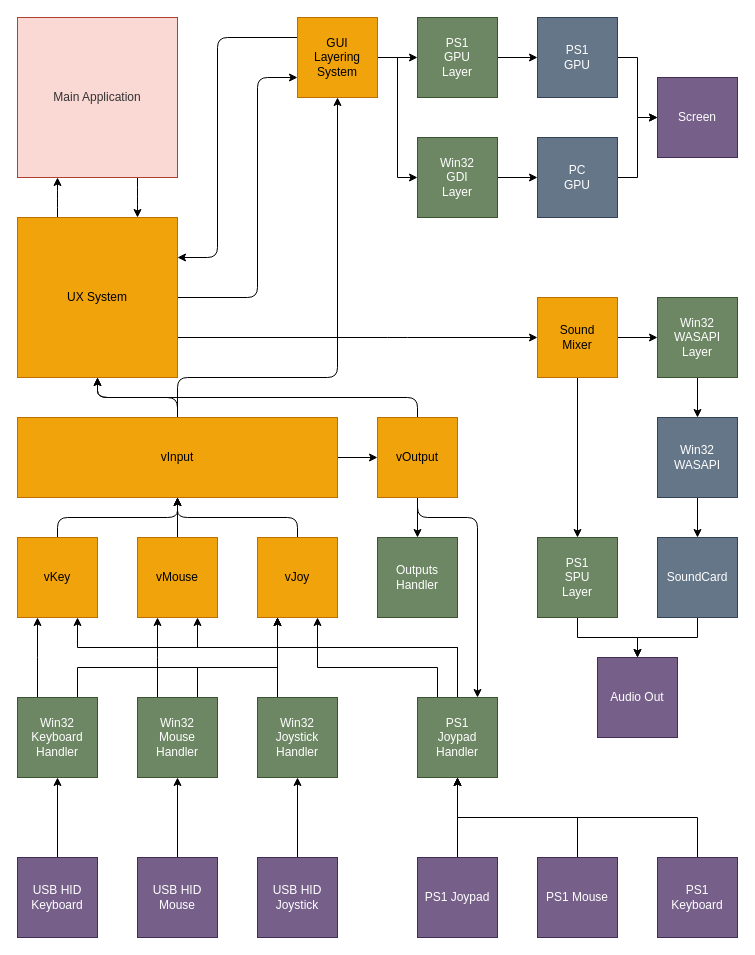
Above: doc/App_Layout.drawio in NaokiS28/RecoveryGUI (draw.io), before the change. Source tidied: cells renumbered, new cells numbered last; positions are measured from the earlier drawing's top-left corner, leaving out a move shared by most shapes. Both pictures are drawn from the tidied source at 100%, with x=0, y=0 at pixel (17, 17).
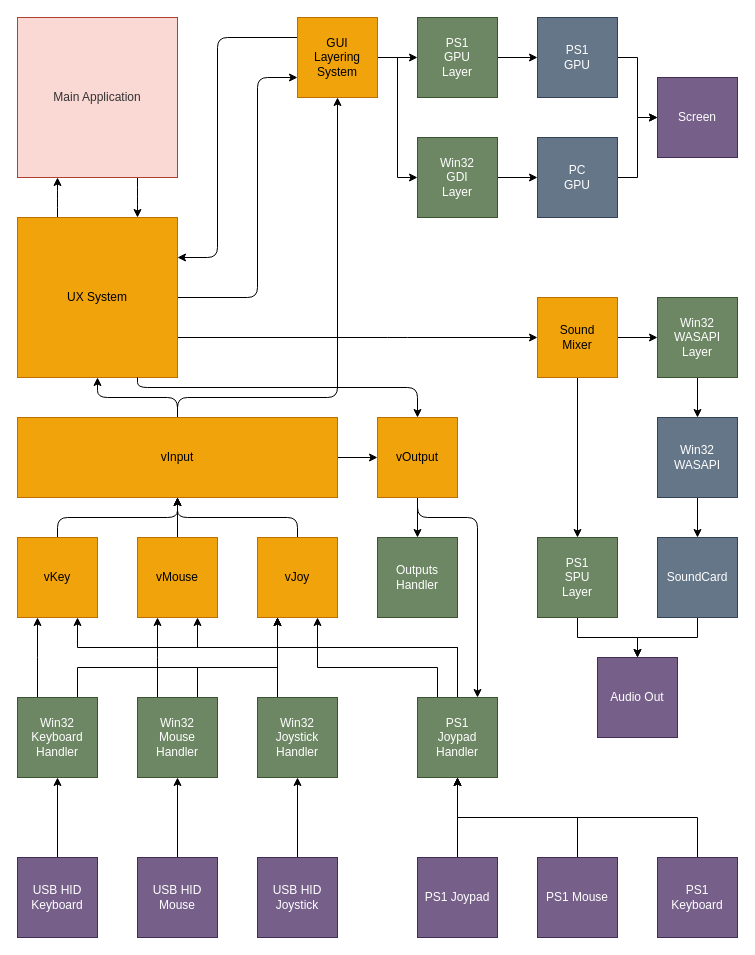
The same page after the edit.

Unchanged cells that the change refers to:
```xml
<mxCell id="43" value="GUI&lt;br&gt;Layering&lt;br&gt;System" style="whiteSpace=wrap;html=1;fillColor=#f0a30a;fontColor=#000000;strokeColor=#BD7000;" parent="1" vertex="1">
  <mxGeometry x="280" width="80" height="80" as="geometry" />
</mxCell>
<mxCell id="49" value="UX System" style="whiteSpace=wrap;html=1;fillColor=#f0a30a;fontColor=#000000;strokeColor=#BD7000;fillStyle=solid;" parent="1" vertex="1">
  <mxGeometry y="200" width="160" height="160" as="geometry" />
</mxCell>
<mxCell id="66" value="vInput" style="rounded=0;whiteSpace=wrap;html=1;fillStyle=solid;fillColor=#f0a30a;fontColor=#000000;strokeColor=#BD7000;" parent="1" vertex="1">
  <mxGeometry y="400" width="320" height="80" as="geometry" />
</mxCell>
<mxCell id="71" value="vOutput" style="whiteSpace=wrap;html=1;fillColor=#f0a30a;fontColor=#000000;strokeColor=#BD7000;" parent="1" vertex="1">
  <mxGeometry x="360" y="400" width="80" height="80" as="geometry" />
</mxCell>
```

Diff of the diagram source:
```diff
@@
     <mxCell id="64" style="edgeStyle=orthogonalEdgeStyle;html=1;entryX=0.5;entryY=1;entryDx=0;entryDy=0;" parent="1" edge="1" source="66" target="43">
       <mxGeometry relative="1" as="geometry">
         <Array as="points">
-          <mxPoint x="160" y="360" />
-          <mxPoint x="320" y="360" />
+          <mxPoint x="160" y="380" />
+          <mxPoint x="320" y="380" />
         </Array>
       </mxGeometry>
     </mxCell>
@@
-    <mxCell id="69" style="edgeStyle=orthogonalEdgeStyle;html=1;" parent="1" edge="1" source="71" target="49">
+    <mxCell id="69" style="edgeStyle=orthogonalEdgeStyle;html=1;startArrow=classic;startFill=1;endArrow=none;endFill=0;" parent="1" edge="1" source="71" target="49">
       <mxGeometry relative="1" as="geometry">
         <Array as="points">
-          <mxPoint x="400" y="380" />
-          <mxPoint x="80" y="380" />
+          <mxPoint x="400" y="370" />
+          <mxPoint x="120" y="370" />
         </Array>
       </mxGeometry>
     </mxCell>
```
